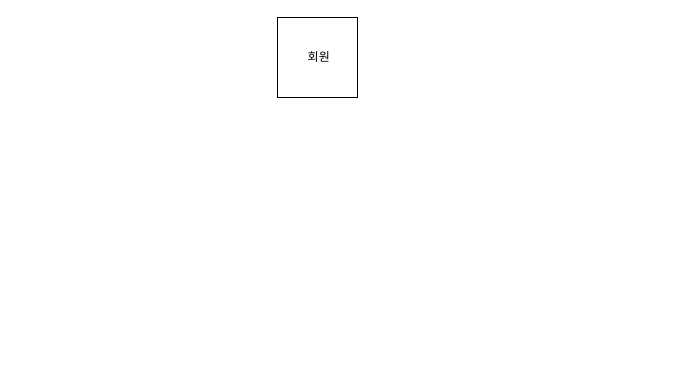
Earlier version of the draw.io diagram erd_practice.drawio (hoyoungleee/sql_practice_202503). Source tidied: cells renumbered, new cells numbered last; positions are measured from the earlier drawing's top-left corner, leaving out a move shared by most shapes. Both pictures are drawn from the tidied source at 100%, with x=0, y=0 at pixel (277, 17).
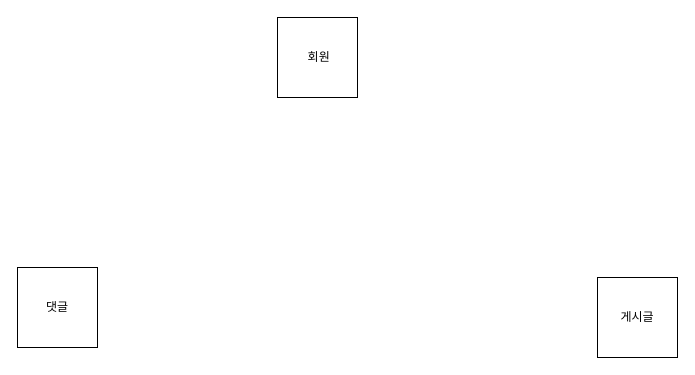
The same diagram, later.

The edit, as a diff of the source:
```diff
@@
 <mxGraphModel>
   <root>
     <mxCell id="0" />
     <mxCell id="1" parent="0" />
     <mxCell id="2" value="&amp;nbsp;회원" style="whiteSpace=wrap;html=1;" parent="1" vertex="1">
       <mxGeometry width="80" height="80" as="geometry" />
     </mxCell>
+    <mxCell id="3" value="게시글" style="whiteSpace=wrap;html=1;" parent="1" vertex="1">
+      <mxGeometry x="320" y="260" width="80" height="80" as="geometry" />
+    </mxCell>
+    <mxCell id="4" value="댓글" style="whiteSpace=wrap;html=1;" parent="1" vertex="1">
+      <mxGeometry x="-260" y="250" width="80" height="80" as="geometry" />
+    </mxCell>
   </root>
 </mxGraphModel>
```
